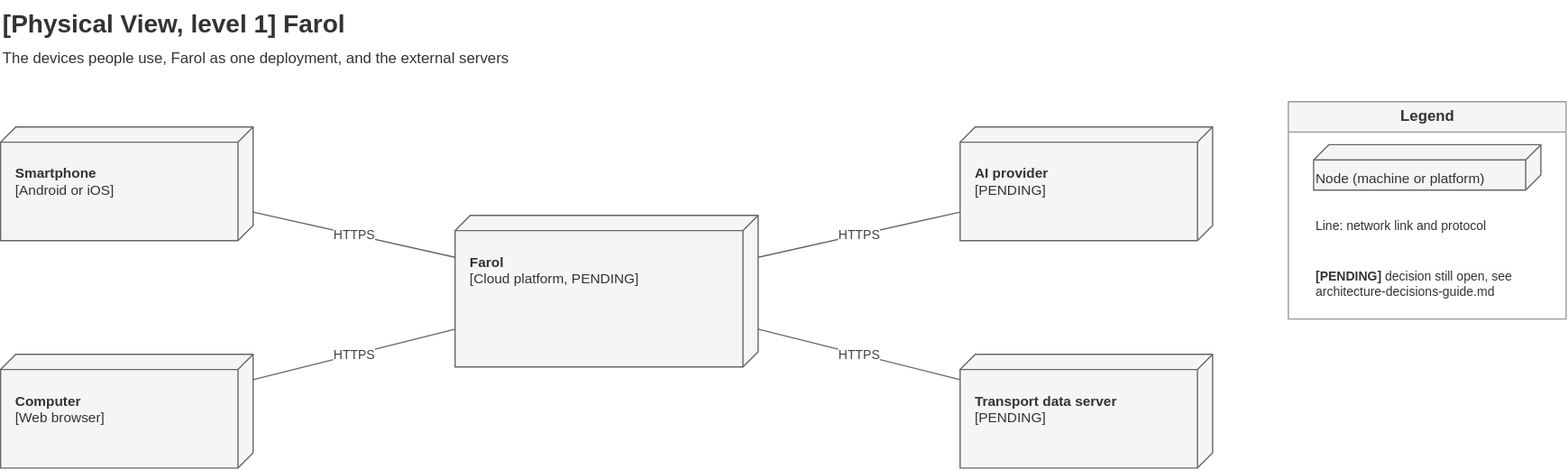
Earlier version of the draw.io export Docs/Technical/diagrams/physical-view-level-1.drawio.svg (tomasoliveira21/LABDSOF). Source tidied: cells renumbered, new cells last; positions are measured from the earlier drawing's top-left corner, leaving out a move shared by most shapes. Source of this version:
```xml
<mxGraphModel>
  <root>
    <mxCell id="0" />
    <mxCell id="1" parent="0" />
    <mxCell id="2" value="&lt;b&gt;[Physical View, level 1] Farol&lt;/b&gt;&lt;br&gt;&lt;font style=&quot;font-size:12px&quot;&gt;The devices people use, Farol as one deployment, and the external servers&lt;/font&gt;" style="text;html=1;align=left;verticalAlign=top;fontSize=20;fontColor=#333333;" parent="1" vertex="1">
      <mxGeometry width="1000" height="60" as="geometry" />
    </mxCell>
    <mxCell id="3" value="&lt;b&gt;Smartphone&lt;/b&gt;&lt;br&gt;[Android or iOS]" style="shape=cube;size=12;flipH=1;whiteSpace=wrap;html=1;fillColor=#f5f5f5;strokeColor=#666666;fontColor=#333333;verticalAlign=top;align=left;spacing=12;spacingTop=14;fontSize=11;" parent="1" vertex="1">
      <mxGeometry y="100" width="200" height="90" as="geometry" />
    </mxCell>
    <mxCell id="4" value="&lt;b&gt;Computer&lt;/b&gt;&lt;br&gt;[Web browser]" style="shape=cube;size=12;flipH=1;whiteSpace=wrap;html=1;fillColor=#f5f5f5;strokeColor=#666666;fontColor=#333333;verticalAlign=top;align=left;spacing=12;spacingTop=14;fontSize=11;" parent="1" vertex="1">
      <mxGeometry y="280" width="200" height="90" as="geometry" />
    </mxCell>
    <mxCell id="5" value="&lt;b&gt;Farol&lt;/b&gt;&lt;br&gt;[Cloud platform, PENDING]" style="shape=cube;size=12;flipH=1;whiteSpace=wrap;html=1;fillColor=#f5f5f5;strokeColor=#666666;fontColor=#333333;verticalAlign=top;align=left;spacing=12;spacingTop=14;fontSize=11;" parent="1" vertex="1">
      <mxGeometry x="360" y="170" width="240" height="120" as="geometry" />
    </mxCell>
    <mxCell id="6" value="&lt;b&gt;AI provider&lt;/b&gt;&lt;br&gt;[PENDING]" style="shape=cube;size=12;flipH=1;whiteSpace=wrap;html=1;fillColor=#f5f5f5;strokeColor=#666666;fontColor=#333333;verticalAlign=top;align=left;spacing=12;spacingTop=14;fontSize=11;" parent="1" vertex="1">
      <mxGeometry x="760" y="100" width="200" height="90" as="geometry" />
    </mxCell>
    <mxCell id="7" value="&lt;b&gt;Transport data server&lt;/b&gt;&lt;br&gt;[PENDING]" style="shape=cube;size=12;flipH=1;whiteSpace=wrap;html=1;fillColor=#f5f5f5;strokeColor=#666666;fontColor=#333333;verticalAlign=top;align=left;spacing=12;spacingTop=14;fontSize=11;" parent="1" vertex="1">
      <mxGeometry x="760" y="280" width="200" height="90" as="geometry" />
    </mxCell>
    <mxCell id="8" value="HTTPS" style="endArrow=none;html=1;fontSize=10;fontColor=#404040;strokeColor=#666666;rounded=0;labelBackgroundColor=#ffffff;" parent="1" edge="1" source="3" target="5">
      <mxGeometry relative="1" as="geometry" />
    </mxCell>
    <mxCell id="9" value="HTTPS" style="endArrow=none;html=1;fontSize=10;fontColor=#404040;strokeColor=#666666;rounded=0;labelBackgroundColor=#ffffff;" parent="1" edge="1" source="4" target="5">
      <mxGeometry relative="1" as="geometry" />
    </mxCell>
    <mxCell id="10" value="HTTPS" style="endArrow=none;html=1;fontSize=10;fontColor=#404040;strokeColor=#666666;rounded=0;labelBackgroundColor=#ffffff;" parent="1" edge="1" source="5" target="6">
      <mxGeometry relative="1" as="geometry" />
    </mxCell>
    <mxCell id="11" value="HTTPS" style="endArrow=none;html=1;fontSize=10;fontColor=#404040;strokeColor=#666666;rounded=0;labelBackgroundColor=#ffffff;" parent="1" edge="1" source="5" target="7">
      <mxGeometry relative="1" as="geometry" />
    </mxCell>
    <mxCell id="12" value="&lt;b&gt;Legend&lt;/b&gt;" style="swimlane;startSize=24;html=1;fontSize=12;fillColor=#f5f5f5;strokeColor=#999999;fontColor=#333333;" parent="1" vertex="1">
      <mxGeometry x="1020" y="80" width="220" height="172" as="geometry" />
    </mxCell>
    <mxCell id="13" value="Node (machine or platform)" style="shape=cube;size=12;flipH=1;whiteSpace=wrap;html=1;fillColor=#f5f5f5;strokeColor=#666666;fontColor=#333333;verticalAlign=top;align=left;spacing=12;spacingTop=14;fontSize=11;verticalAlign=middle;spacingTop=0;spacing=2;verticalAlign=bottom;spacingBottom=0;" parent="12" vertex="1">
      <mxGeometry x="20" y="34" width="180" height="36" as="geometry" />
    </mxCell>
    <mxCell id="14" value="Line: network link and protocol" style="text;html=1;whiteSpace=wrap;align=left;verticalAlign=top;fontColor=#333333;fontSize=10;verticalAlign=middle;spacingTop=0;spacing=2;" parent="12" vertex="1">
      <mxGeometry x="20" y="80" width="180" height="36" as="geometry" />
    </mxCell>
    <mxCell id="15" value="&lt;b&gt;[PENDING]&lt;/b&gt; decision still open, see architecture-decisions-guide.md" style="text;html=1;whiteSpace=wrap;align=left;verticalAlign=top;fontColor=#333333;fontSize=10;verticalAlign=middle;spacingTop=0;spacing=2;" parent="12" vertex="1">
      <mxGeometry x="20" y="126" width="180" height="36" as="geometry" />
    </mxCell>
  </root>
</mxGraphModel>
```
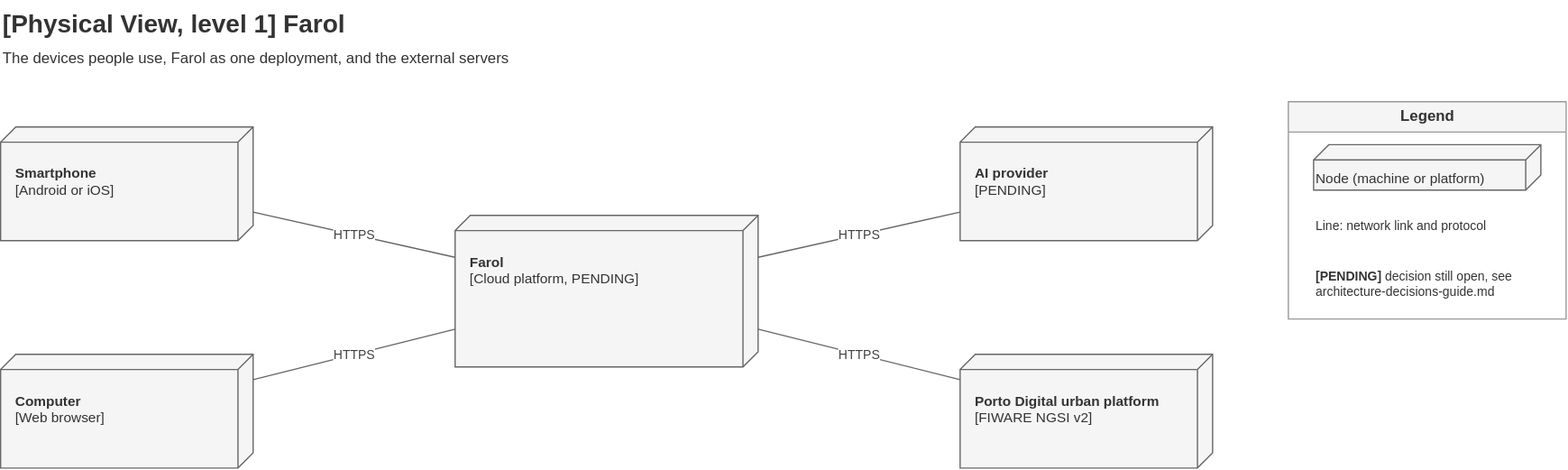
After the change.

Diff of the diagram source:
```diff
@@ -17,7 +17,7 @@
     <mxCell id="6" value="&lt;b&gt;AI provider&lt;/b&gt;&lt;br&gt;[PENDING]" style="shape=cube;size=12;flipH=1;whiteSpace=wrap;html=1;fillColor=#f5f5f5;strokeColor=#666666;fontColor=#333333;verticalAlign=top;align=left;spacing=12;spacingTop=14;fontSize=11;" parent="1" vertex="1">
       <mxGeometry x="760" y="100" width="200" height="90" as="geometry" />
     </mxCell>
-    <mxCell id="7" value="&lt;b&gt;Transport data server&lt;/b&gt;&lt;br&gt;[PENDING]" style="shape=cube;size=12;flipH=1;whiteSpace=wrap;html=1;fillColor=#f5f5f5;strokeColor=#666666;fontColor=#333333;verticalAlign=top;align=left;spacing=12;spacingTop=14;fontSize=11;" parent="1" vertex="1">
+    <mxCell id="7" value="&lt;b&gt;Porto Digital urban platform&lt;/b&gt;&lt;br&gt;[FIWARE NGSI v2]" style="shape=cube;size=12;flipH=1;whiteSpace=wrap;html=1;fillColor=#f5f5f5;strokeColor=#666666;fontColor=#333333;verticalAlign=top;align=left;spacing=12;spacingTop=14;fontSize=11;" parent="1" vertex="1">
       <mxGeometry x="760" y="280" width="200" height="90" as="geometry" />
     </mxCell>
     <mxCell id="8" value="HTTPS" style="endArrow=none;html=1;fontSize=10;fontColor=#404040;strokeColor=#666666;rounded=0;labelBackgroundColor=#ffffff;" parent="1" edge="1" source="3" target="5">
```
